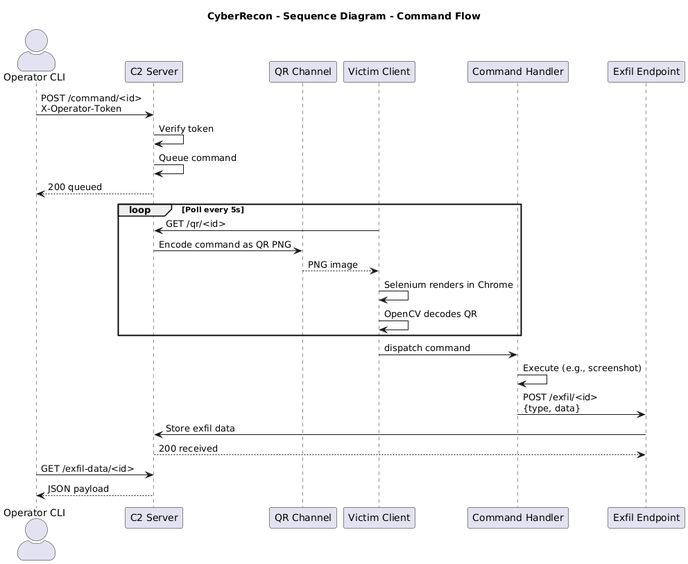
Jeevan1725/cyberrecon keeps this PlantUML diagram as docs/diagrams/sequence-command.png. Above is the earlier version.
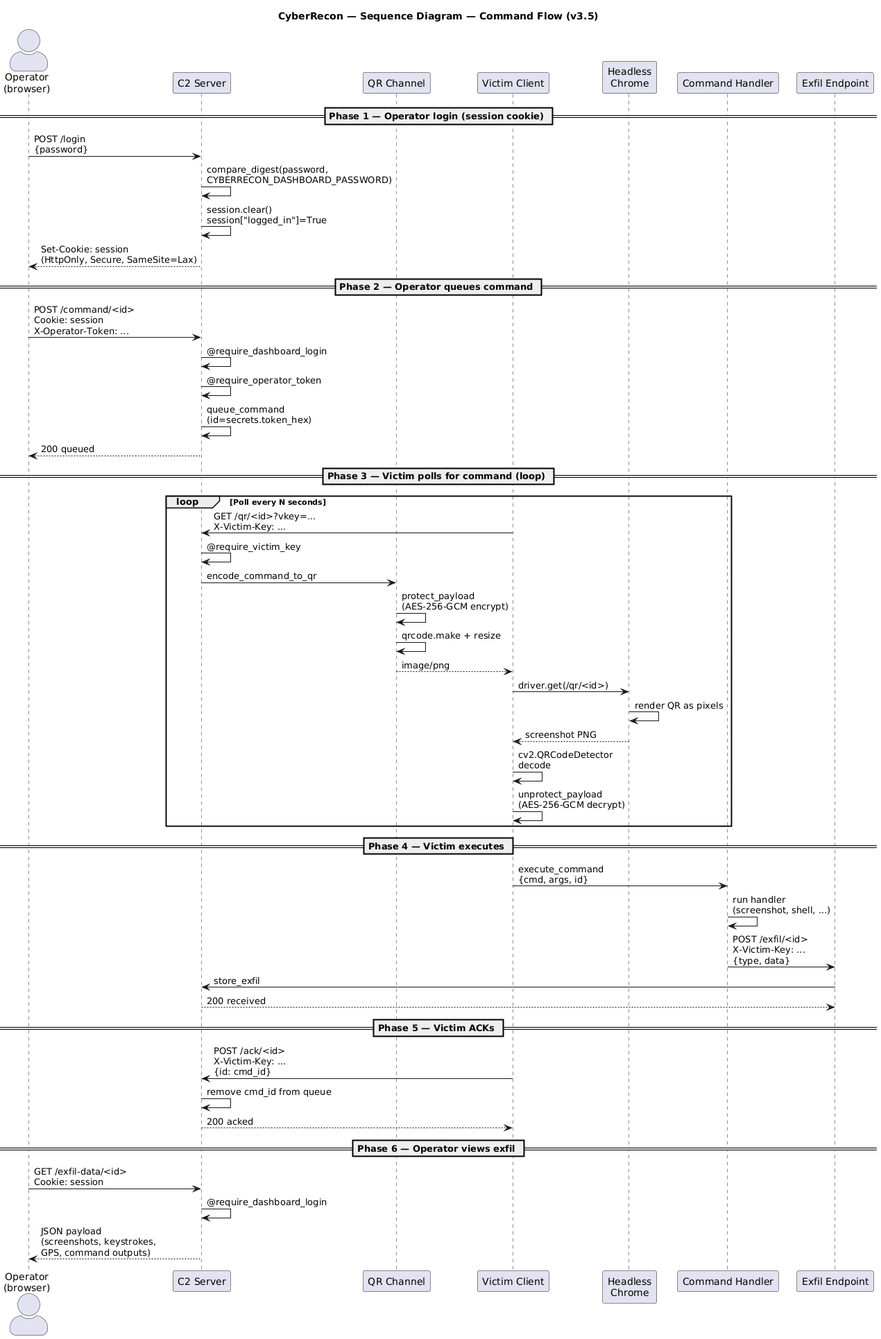
The same file after the commit.

Change to the diagram source:
```diff
@@ -1,34 +1,58 @@
 @startuml
 skinparam packageStyle rectangle
 skinparam actorStyle awesome
-title CyberRecon - Sequence Diagram - Command Flow
+title CyberRecon — Sequence Diagram — Command Flow (v3.5)
 
-actor "Operator CLI" as OP
+actor "Operator\n(browser)" as OP
 participant "C2 Server" as C2
 participant "QR Channel" as QC
 participant "Victim Client" as VC
+participant "Headless\nChrome" as CH
 participant "Command Handler" as H
 participant "Exfil Endpoint" as EX
 
-OP -> C2 : POST /command/<id>\nX-Operator-Token
-C2 -> C2 : Verify token
-C2 -> C2 : Queue command
+== Phase 1 — Operator login (session cookie) ==
+OP -> C2 : POST /login\n{password}
+C2 -> C2 : compare_digest(password,\nCYBERRECON_DASHBOARD_PASSWORD)
+C2 -> C2 : session.clear()\nsession["logged_in"]=True
+C2 --> OP : Set-Cookie: session\n(HttpOnly, Secure, SameSite=Lax)
+
+== Phase 2 — Operator queues command ==
+OP -> C2 : POST /command/<id>\nCookie: session\nX-Operator-Token: ...
+C2 -> C2 : @require_dashboard_login
+C2 -> C2 : @require_operator_token
+C2 -> C2 : queue_command\n(id=secrets.token_hex)
 C2 --> OP : 200 queued
 
-loop Poll every 5s
-    VC -> C2 : GET /qr/<id>
-    C2 -> QC : Encode command as QR PNG
-    QC --> VC : PNG image
-    VC -> VC : Selenium renders in Chrome
-    VC -> VC : OpenCV decodes QR
+== Phase 3 — Victim polls for command (loop) ==
+loop Poll every N seconds
+    VC -> C2 : GET /qr/<id>?vkey=...\nX-Victim-Key: ...
+    C2 -> C2 : @require_victim_key
+    C2 -> QC : encode_command_to_qr
+    QC -> QC : protect_payload\n(AES-256-GCM encrypt)
+    QC -> QC : qrcode.make + resize
+    QC --> VC : image/png
+    VC -> CH : driver.get(/qr/<id>)
+    CH -> CH : render QR as pixels
+    CH --> VC : screenshot PNG
+    VC -> VC : cv2.QRCodeDetector\ndecode
+    VC -> VC : unprotect_payload\n(AES-256-GCM decrypt)
 end
 
-VC -> H : dispatch command
-H -> H : Execute (e.g., screenshot)
-H -> EX : POST /exfil/<id>\n{type, data}
-EX -> C2 : Store exfil data
+== Phase 4 — Victim executes ==
+VC -> H : execute_command\n{cmd, args, id}
+H -> H : run handler\n(screenshot, shell, ...)
+H -> EX : POST /exfil/<id>\nX-Victim-Key: ...\n{type, data}
+EX -> C2 : store_exfil
 C2 --> EX : 200 received
 
-OP -> C2 : GET /exfil-data/<id>
-C2 --> OP : JSON payload
+== Phase 5 — Victim ACKs ==
+VC -> C2 : POST /ack/<id>\nX-Victim-Key: ...\n{id: cmd_id}
+C2 -> C2 : remove cmd_id from queue
+C2 --> VC : 200 acked
+
+== Phase 6 — Operator views exfil ==
+OP -> C2 : GET /exfil-data/<id>\nCookie: session
+C2 -> C2 : @require_dashboard_login
+C2 --> OP : JSON payload\n(screenshots, keystrokes,\nGPS, command outputs)
 @enduml
```
